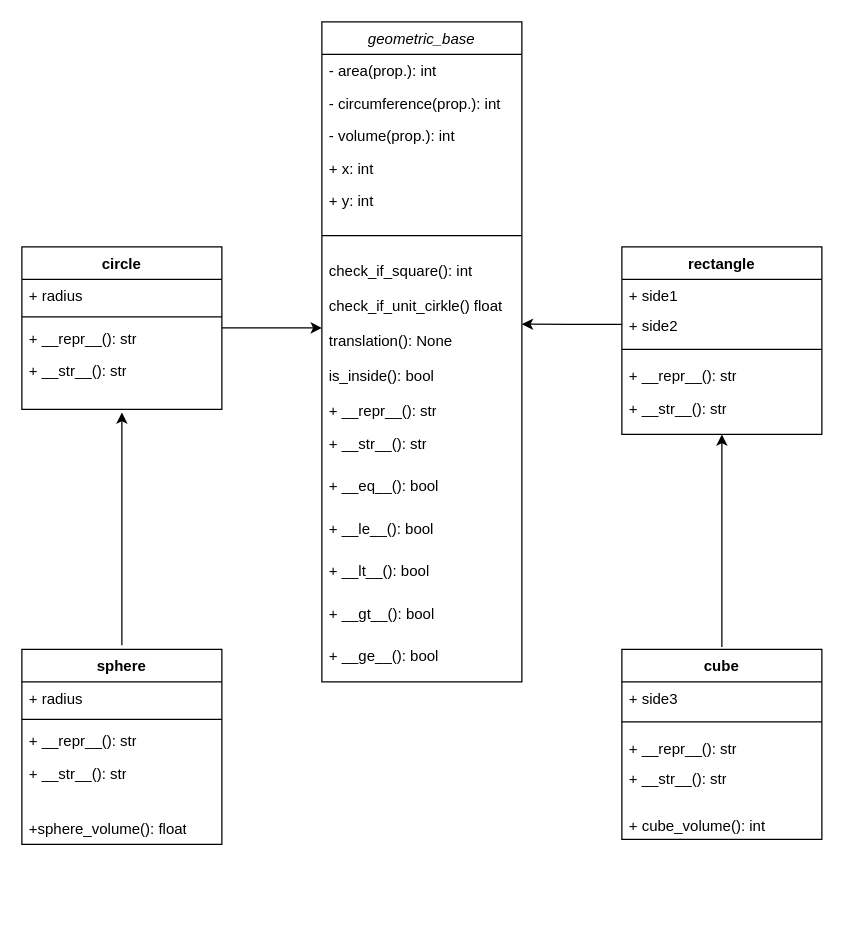
Earlier version of the draw.io diagram Labs/Untitled Diagram.drawio (koop46/Python_Alejandro_Martinez). Source tidied: cells renumbered, new cells numbered last; positions are measured from the earlier drawing's top-left corner, leaving out a move shared by most shapes. Both pictures are drawn from the tidied source at 125%, with x=0, y=0 at pixel (21, 21).
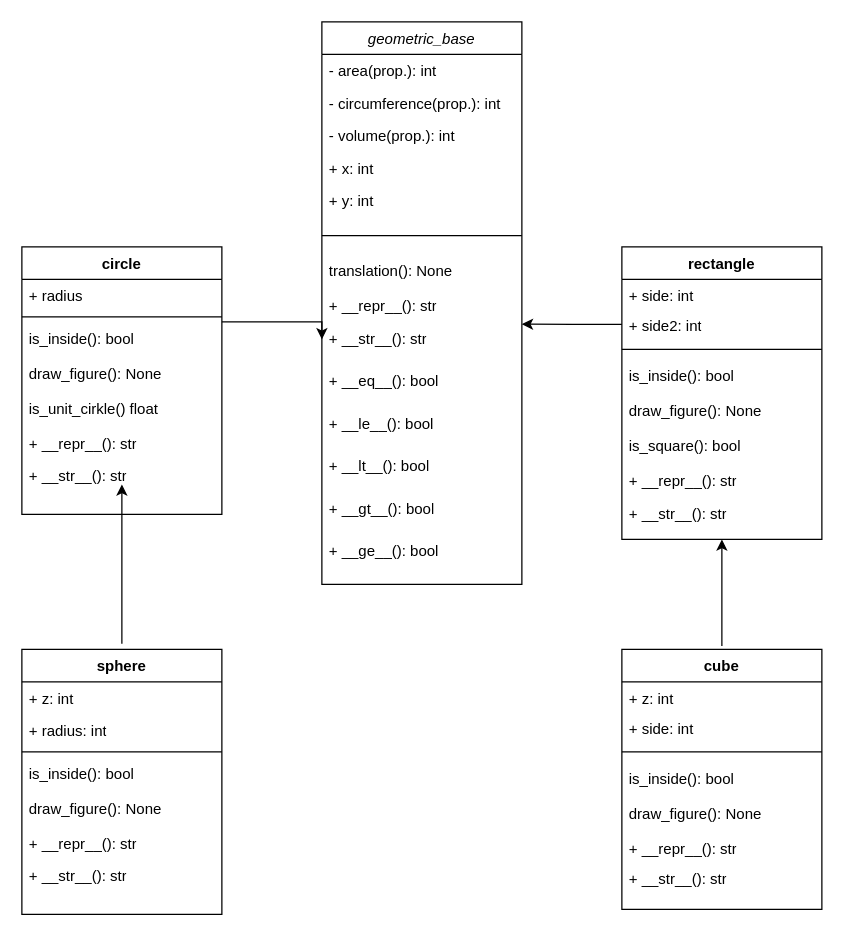
After the change.

What changed in the source:
```diff
@@
     <mxCell id="2" value="geometric_base&#10;" style="swimlane;fontStyle=2;align=center;verticalAlign=top;horizontal=1;startSize=26;rounded=0;shadow=0;strokeWidth=1;" parent="1" vertex="1">
-      <mxGeometry x="240" width="160" height="528" as="geometry" />
+      <mxGeometry x="240" width="160" height="450" as="geometry" />
     </mxCell>
@@
-    <mxCell id="9" value="check_if_square(): int" style="text;align=left;verticalAlign=top;spacingLeft=4;spacingRight=4;overflow=hidden;" parent="2" vertex="1">
-      <mxGeometry y="186" width="160" height="28" as="geometry" />
-    </mxCell>
-    <mxCell id="10" value="check_if_unit_cirkle() float" style="text;align=left;verticalAlign=top;spacingLeft=4;spacingRight=4;overflow=hidden;" parent="2" vertex="1">
-      <mxGeometry y="214" width="160" height="28" as="geometry" />
-    </mxCell>
     <mxCell id="11" value="translation(): None" style="text;align=left;verticalAlign=top;spacingLeft=4;spacingRight=4;overflow=hidden;" parent="2" vertex="1">
-      <mxGeometry y="242" width="160" height="28" as="geometry" />
+      <mxGeometry y="186" width="160" height="28" as="geometry" />
     </mxCell>
-    <mxCell id="12" value="is_inside(): bool" style="text;align=left;verticalAlign=top;spacingLeft=4;spacingRight=4;overflow=hidden;" parent="2" vertex="1">
-      <mxGeometry y="270" width="160" height="28" as="geometry" />
-    </mxCell>
     <mxCell id="13" value="+ __repr__(): str" style="text;strokeColor=none;fillColor=none;align=left;verticalAlign=top;spacingLeft=4;spacingRight=4;overflow=hidden;whiteSpace=wrap;html=1;" parent="2" vertex="1">
-      <mxGeometry y="298" width="160" height="26" as="geometry" />
+      <mxGeometry y="214" width="160" height="26" as="geometry" />
     </mxCell>
     <mxCell id="14" value="+ __str__(): str" style="text;strokeColor=none;fillColor=none;align=left;verticalAlign=top;spacingLeft=4;spacingRight=4;overflow=hidden;points=[[0,0.5],[1,0.5]];portConstraint=eastwest;whiteSpace=wrap;html=1;" parent="2" vertex="1">
-      <mxGeometry y="324" width="160" height="34" as="geometry" />
+      <mxGeometry y="240" width="160" height="34" as="geometry" />
     </mxCell>
     <mxCell id="15" value="+ __eq__(): bool" style="text;strokeColor=none;fillColor=none;align=left;verticalAlign=top;spacingLeft=4;spacingRight=4;overflow=hidden;whiteSpace=wrap;html=1;" parent="2" vertex="1">
-      <mxGeometry y="358" width="160" height="34" as="geometry" />
+      <mxGeometry y="274" width="160" height="34" as="geometry" />
     </mxCell>
     <mxCell id="16" value="+ __le__(): bool" style="text;strokeColor=none;fillColor=none;align=left;verticalAlign=top;spacingLeft=4;spacingRight=4;overflow=hidden;whiteSpace=wrap;html=1;" parent="2" vertex="1">
-      <mxGeometry y="392" width="160" height="34" as="geometry" />
+      <mxGeometry y="308" width="160" height="34" as="geometry" />
     </mxCell>
     <mxCell id="17" value="+ __lt__(): bool" style="text;strokeColor=none;fillColor=none;align=left;verticalAlign=top;spacingLeft=4;spacingRight=4;overflow=hidden;whiteSpace=wrap;html=1;" parent="2" vertex="1">
-      <mxGeometry y="426" width="160" height="34" as="geometry" />
+      <mxGeometry y="342" width="160" height="34" as="geometry" />
     </mxCell>
     <mxCell id="18" value="+ __gt__(): bool" style="text;strokeColor=none;fillColor=none;align=left;verticalAlign=top;spacingLeft=4;spacingRight=4;overflow=hidden;whiteSpace=wrap;html=1;" parent="2" vertex="1">
-      <mxGeometry y="460" width="160" height="34" as="geometry" />
+      <mxGeometry y="376" width="160" height="34" as="geometry" />
     </mxCell>
     <mxCell id="19" value="+ __ge__(): bool" style="text;strokeColor=none;fillColor=none;align=left;verticalAlign=top;spacingLeft=4;spacingRight=4;overflow=hidden;whiteSpace=wrap;html=1;" parent="2" vertex="1">
-      <mxGeometry y="494" width="160" height="34" as="geometry" />
+      <mxGeometry y="410" width="160" height="34" as="geometry" />
     </mxCell>
     <mxCell id="20" value="rectangle" style="swimlane;fontStyle=1;align=center;verticalAlign=top;horizontal=1;startSize=26;whiteSpace=wrap;html=1;" parent="1" vertex="1">
-      <mxGeometry x="480" y="180" width="160" height="150" as="geometry" />
+      <mxGeometry x="480" y="180" width="160" height="234" as="geometry" />
     </mxCell>
-    <mxCell id="21" value="+ side1" style="text;strokeColor=none;fillColor=none;align=left;verticalAlign=top;spacingLeft=4;spacingRight=4;overflow=hidden;whiteSpace=wrap;html=1;" parent="20" vertex="1">
+    <mxCell id="21" value="+ side: int" style="text;strokeColor=none;fillColor=none;align=left;verticalAlign=top;spacingLeft=4;spacingRight=4;overflow=hidden;whiteSpace=wrap;html=1;" parent="20" vertex="1">
       <mxGeometry y="26" width="160" height="24" as="geometry" />
     </mxCell>
-    <mxCell id="22" value="+ side2" style="text;strokeColor=none;fillColor=none;align=left;verticalAlign=top;spacingLeft=4;spacingRight=4;overflow=hidden;points=[[0,0.5],[1,0.5]];portConstraint=eastwest;whiteSpace=wrap;html=1;" parent="20" vertex="1">
+    <mxCell id="22" value="+ side2: int" style="text;strokeColor=none;fillColor=none;align=left;verticalAlign=top;spacingLeft=4;spacingRight=4;overflow=hidden;points=[[0,0.5],[1,0.5]];portConstraint=eastwest;whiteSpace=wrap;html=1;" parent="20" vertex="1">
       <mxGeometry y="50" width="160" height="24" as="geometry" />
     </mxCell>
@@
+    <mxCell id="12" value="is_inside(): bool" style="text;align=left;verticalAlign=top;spacingLeft=4;spacingRight=4;overflow=hidden;" parent="20" vertex="1">
+      <mxGeometry y="90" width="160" height="28" as="geometry" />
+    </mxCell>
+    <mxCell id="47" value="draw_figure(): None" style="text;align=left;verticalAlign=top;spacingLeft=4;spacingRight=4;overflow=hidden;" parent="20" vertex="1">
+      <mxGeometry y="118" width="160" height="28" as="geometry" />
+    </mxCell>
+    <mxCell id="9" value="is_square(): bool" style="text;align=left;verticalAlign=top;spacingLeft=4;spacingRight=4;overflow=hidden;" parent="20" vertex="1">
+      <mxGeometry y="146" width="160" height="28" as="geometry" />
+    </mxCell>
     <mxCell id="24" value="+ __repr__(): str" style="text;strokeColor=none;fillColor=none;align=left;verticalAlign=top;spacingLeft=4;spacingRight=4;overflow=hidden;whiteSpace=wrap;html=1;" parent="20" vertex="1">
-      <mxGeometry y="90" width="160" height="26" as="geometry" />
+      <mxGeometry y="174" width="160" height="26" as="geometry" />
     </mxCell>
     <mxCell id="25" value="+ __str__(): str" style="text;strokeColor=none;fillColor=none;align=left;verticalAlign=top;spacingLeft=4;spacingRight=4;overflow=hidden;points=[[0,0.5],[1,0.5]];portConstraint=eastwest;whiteSpace=wrap;html=1;" parent="20" vertex="1">
-      <mxGeometry y="116" width="160" height="34" as="geometry" />
+      <mxGeometry y="200" width="160" height="34" as="geometry" />
     </mxCell>
-    <mxCell id="26" style="edgeStyle=orthogonalEdgeStyle;rounded=0;jettySize=auto;html=1;exitX=1;exitY=0.183;exitDx=0;exitDy=0;exitPerimeter=0;" parent="1" edge="1" source="30">
-      <mxGeometry relative="1" as="geometry">
-        <mxPoint x="240" y="244.8" as="targetPoint" />
-      </mxGeometry>
-    </mxCell>
     <mxCell id="27" value="circle&lt;br&gt;" style="swimlane;fontStyle=1;align=center;verticalAlign=top;horizontal=1;startSize=26;whiteSpace=wrap;html=1;" parent="1" vertex="1">
-      <mxGeometry y="180" width="160" height="130" as="geometry" />
+      <mxGeometry y="180" width="160" height="214" as="geometry" />
     </mxCell>
@@
+    <mxCell id="48" value="is_inside(): bool" style="text;align=left;verticalAlign=top;spacingLeft=4;spacingRight=4;overflow=hidden;points=[[0,0.5],[1,0.5]];portConstraint=eastwest;" parent="27" vertex="1">
+      <mxGeometry y="60" width="160" height="28" as="geometry" />
+    </mxCell>
+    <mxCell id="49" value="draw_figure(): None" style="text;align=left;verticalAlign=top;spacingLeft=4;spacingRight=4;overflow=hidden;" parent="27" vertex="1">
+      <mxGeometry y="88" width="160" height="28" as="geometry" />
+    </mxCell>
+    <mxCell id="10" value="is_unit_cirkle() float" style="text;align=left;verticalAlign=top;spacingLeft=4;spacingRight=4;overflow=hidden;" parent="27" vertex="1">
+      <mxGeometry y="116" width="160" height="28" as="geometry" />
+    </mxCell>
     <mxCell id="30" value="+ __repr__(): str" style="text;strokeColor=none;fillColor=none;align=left;verticalAlign=top;spacingLeft=4;spacingRight=4;overflow=hidden;points=[[0,0.5],[1,0.5]];portConstraint=eastwest;whiteSpace=wrap;html=1;" parent="27" vertex="1">
-      <mxGeometry y="60" width="160" height="26" as="geometry" />
+      <mxGeometry y="144" width="160" height="26" as="geometry" />
     </mxCell>
     <mxCell id="31" value="+ __str__(): str" style="text;strokeColor=none;fillColor=none;align=left;verticalAlign=top;spacingLeft=4;spacingRight=4;overflow=hidden;whiteSpace=wrap;html=1;" parent="27" vertex="1">
-      <mxGeometry y="86" width="160" height="44" as="geometry" />
+      <mxGeometry y="170" width="160" height="44" as="geometry" />
     </mxCell>
@@
     <mxCell id="33" value="cube" style="swimlane;fontStyle=1;align=center;verticalAlign=top;horizontal=1;startSize=26;whiteSpace=wrap;html=1;" parent="1" vertex="1">
-      <mxGeometry x="480" y="502" width="160" height="152" as="geometry" />
+      <mxGeometry x="480" y="502" width="160" height="208" as="geometry" />
     </mxCell>
-    <mxCell id="34" value="+ side3" style="text;strokeColor=none;fillColor=none;align=left;verticalAlign=top;spacingLeft=4;spacingRight=4;overflow=hidden;whiteSpace=wrap;html=1;" parent="33" vertex="1">
+    <mxCell id="34" value="+ z: int" style="text;strokeColor=none;fillColor=none;align=left;verticalAlign=top;spacingLeft=4;spacingRight=4;overflow=hidden;whiteSpace=wrap;html=1;" parent="33" vertex="1">
       <mxGeometry y="26" width="160" height="24" as="geometry" />
     </mxCell>
+    <mxCell id="50" value="+ side: int" style="text;strokeColor=none;fillColor=none;align=left;verticalAlign=top;spacingLeft=4;spacingRight=4;overflow=hidden;whiteSpace=wrap;html=1;" parent="33" vertex="1">
+      <mxGeometry y="50" width="160" height="24" as="geometry" />
+    </mxCell>
     <mxCell id="35" style="line;strokeWidth=1;fillColor=none;align=left;verticalAlign=middle;spacingTop=-1;spacingLeft=3;spacingRight=3;labelPosition=right;strokeColor=inherit;" parent="33" vertex="1">
-      <mxGeometry y="50" width="160" height="16" as="geometry" />
+      <mxGeometry y="74" width="160" height="16" as="geometry" />
     </mxCell>
+    <mxCell id="51" value="is_inside(): bool" style="text;align=left;verticalAlign=top;spacingLeft=4;spacingRight=4;overflow=hidden;" parent="33" vertex="1">
+      <mxGeometry y="90" width="160" height="28" as="geometry" />
+    </mxCell>
+    <mxCell id="52" value="draw_figure(): None" style="text;align=left;verticalAlign=top;spacingLeft=4;spacingRight=4;overflow=hidden;" parent="33" vertex="1">
+      <mxGeometry y="118" width="160" height="28" as="geometry" />
+    </mxCell>
     <mxCell id="36" value="+ __repr__(): str" style="text;strokeColor=none;fillColor=none;align=left;verticalAlign=top;spacingLeft=4;spacingRight=4;overflow=hidden;whiteSpace=wrap;html=1;" parent="33" vertex="1">
-      <mxGeometry y="66" width="160" height="24" as="geometry" />
+      <mxGeometry y="146" width="160" height="24" as="geometry" />
     </mxCell>
     <mxCell id="37" value="+ __str__(): str" style="text;strokeColor=none;fillColor=none;align=left;verticalAlign=top;spacingLeft=4;spacingRight=4;overflow=hidden;whiteSpace=wrap;html=1;" parent="33" vertex="1">
-      <mxGeometry y="90" width="160" height="38" as="geometry" />
+      <mxGeometry y="170" width="160" height="38" as="geometry" />
     </mxCell>
-    <mxCell id="38" value="+ cube_volume(): int" style="text;strokeColor=none;fillColor=none;align=left;verticalAlign=top;spacingLeft=4;spacingRight=4;overflow=hidden;whiteSpace=wrap;html=1;" parent="33" vertex="1">
-      <mxGeometry y="128" width="160" height="24" as="geometry" />
-    </mxCell>
     <mxCell id="39" style="edgeStyle=orthogonalEdgeStyle;rounded=0;jettySize=auto;html=1;exitX=0.5;exitY=-0.021;exitDx=0;exitDy=0;exitPerimeter=0;" parent="1" edge="1" source="40">
       <mxGeometry relative="1" as="geometry">
-        <mxPoint x="80" y="312.5" as="targetPoint" />
+        <mxPoint x="80" y="370" as="targetPoint" />
       </mxGeometry>
     </mxCell>
     <mxCell id="40" value="sphere" style="swimlane;fontStyle=1;align=center;verticalAlign=top;horizontal=1;startSize=26;whiteSpace=wrap;html=1;" parent="1" vertex="1">
-      <mxGeometry y="502" width="160" height="156" as="geometry" />
+      <mxGeometry y="502" width="160" height="212" as="geometry" />
     </mxCell>
-    <mxCell id="41" value="+ radius" style="text;strokeColor=none;fillColor=none;align=left;verticalAlign=top;spacingLeft=4;spacingRight=4;overflow=hidden;whiteSpace=wrap;html=1;" parent="40" vertex="1">
+    <mxCell id="41" value="+ z: int" style="text;strokeColor=none;fillColor=none;align=left;verticalAlign=top;spacingLeft=4;spacingRight=4;overflow=hidden;whiteSpace=wrap;html=1;" parent="40" vertex="1">
       <mxGeometry y="26" width="160" height="26" as="geometry" />
     </mxCell>
+    <mxCell id="53" value="+ radius: int" style="text;strokeColor=none;fillColor=none;align=left;verticalAlign=top;spacingLeft=4;spacingRight=4;overflow=hidden;whiteSpace=wrap;html=1;" parent="40" vertex="1">
+      <mxGeometry y="52" width="160" height="26" as="geometry" />
+    </mxCell>
     <mxCell id="42" style="line;strokeWidth=1;fillColor=none;align=left;verticalAlign=middle;spacingTop=-1;spacingLeft=3;spacingRight=3;labelPosition=right;strokeColor=inherit;" parent="40" vertex="1">
-      <mxGeometry y="52" width="160" height="8" as="geometry" />
+      <mxGeometry y="78" width="160" height="8" as="geometry" />
     </mxCell>
+    <mxCell id="54" value="is_inside(): bool" style="text;align=left;verticalAlign=top;spacingLeft=4;spacingRight=4;overflow=hidden;" parent="40" vertex="1">
+      <mxGeometry y="86" width="160" height="28" as="geometry" />
+    </mxCell>
+    <mxCell id="55" value="draw_figure(): None" style="text;align=left;verticalAlign=top;spacingLeft=4;spacingRight=4;overflow=hidden;" parent="40" vertex="1">
+      <mxGeometry y="114" width="160" height="28" as="geometry" />
+    </mxCell>
     <mxCell id="43" value="+ __repr__(): str" style="text;strokeColor=none;fillColor=none;align=left;verticalAlign=top;spacingLeft=4;spacingRight=4;overflow=hidden;whiteSpace=wrap;html=1;" parent="40" vertex="1">
-      <mxGeometry y="60" width="160" height="26" as="geometry" />
+      <mxGeometry y="142" width="160" height="26" as="geometry" />
     </mxCell>
     <mxCell id="44" value="+ __str__(): str" style="text;strokeColor=none;fillColor=none;align=left;verticalAlign=top;spacingLeft=4;spacingRight=4;overflow=hidden;whiteSpace=wrap;html=1;" parent="40" vertex="1">
-      <mxGeometry y="86" width="160" height="44" as="geometry" />
+      <mxGeometry y="168" width="160" height="44" as="geometry" />
     </mxCell>
-    <mxCell id="45" value="+sphere_volume(): float" style="text;strokeColor=none;fillColor=none;align=left;verticalAlign=top;spacingLeft=4;spacingRight=4;overflow=hidden;whiteSpace=wrap;html=1;" parent="40" vertex="1">
-      <mxGeometry y="130" width="160" height="26" as="geometry" />
-    </mxCell>
@@
+    <mxCell id="56" style="edgeStyle=orthogonalEdgeStyle;rounded=0;jettySize=auto;html=1;entryX=0;entryY=0.412;entryDx=0;entryDy=0;entryPerimeter=0;" parent="1" edge="1" source="48" target="14">
+      <mxGeometry relative="1" as="geometry">
+        <Array as="points">
+          <mxPoint x="240" y="240" />
+        </Array>
+      </mxGeometry>
+    </mxCell>
```
